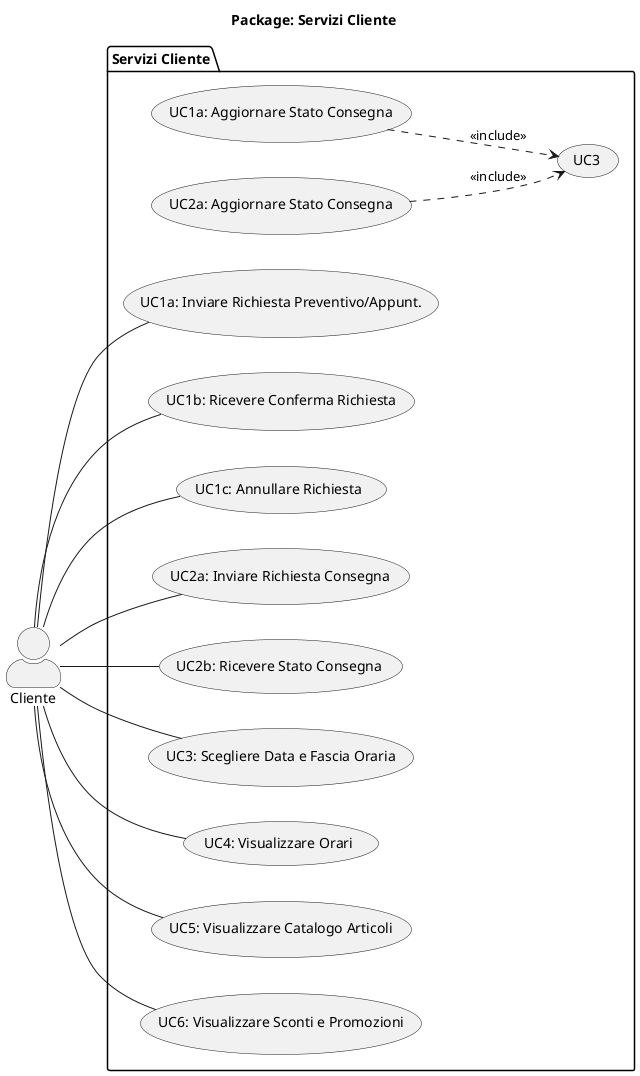
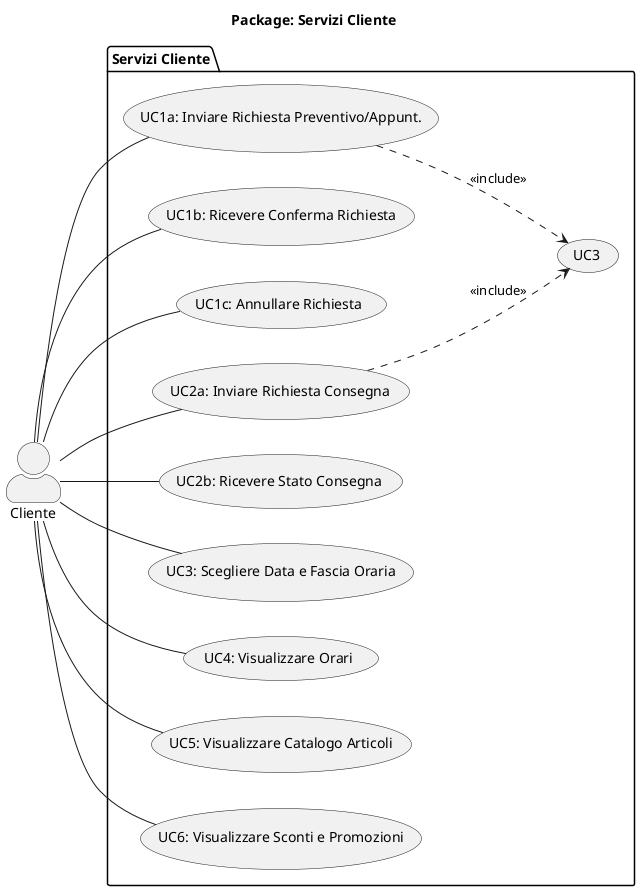
@startuml
left to right direction
skinparam actorStyle awesome
title Package: Servizi Cliente

actor Cliente

package "Servizi Cliente" {
-   (UC1a: Aggiornare Stato Consegna) ..> (UC3) : <<include>>
-   (UC2a: Aggiornare Stato Consegna) ..> (UC3) : <<include>>
  Cliente -- (UC1a: Inviare Richiesta Preventivo/Appunt.)
+   (UC1a: Inviare Richiesta Preventivo/Appunt.) ..> (UC3) : <<include>>
  Cliente -- (UC1b: Ricevere Conferma Richiesta)
  Cliente -- (UC1c: Annullare Richiesta)
  Cliente -- (UC2a: Inviare Richiesta Consegna)
+   (UC2a: Inviare Richiesta Consegna) ..> (UC3) : <<include>>
  Cliente -- (UC2b: Ricevere Stato Consegna)
  Cliente -- (UC3: Scegliere Data e Fascia Oraria)
  Cliente -- (UC4: Visualizzare Orari)
  Cliente -- (UC5: Visualizzare Catalogo Articoli)
  Cliente -- (UC6: Visualizzare Sconti e Promozioni)

}
@enduml
